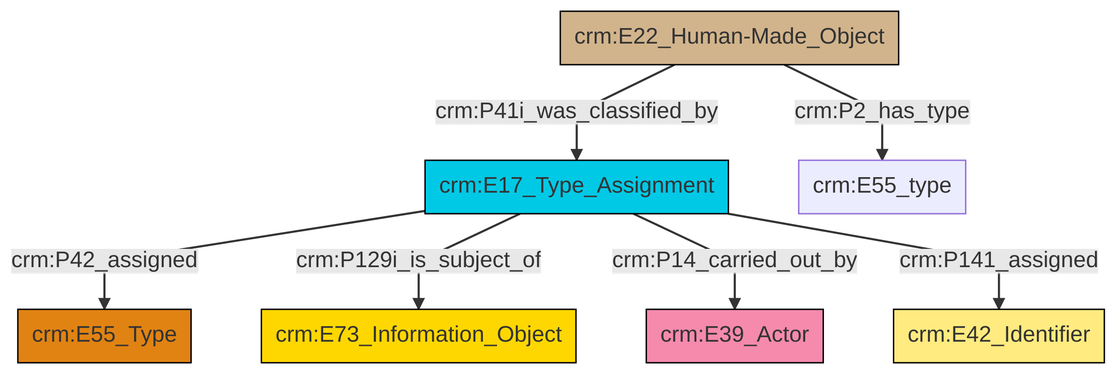
Above: et/builtWorkCSV/ttl/mmd/png/Built_Work_designation_status.png in swiss-art-research-net/reference-data-models (Mermaid), before the change. Its source is kept beside it as et/builtWorkCSV/ttl/mmd/Built_Work_designation_status.ttl.mmd.
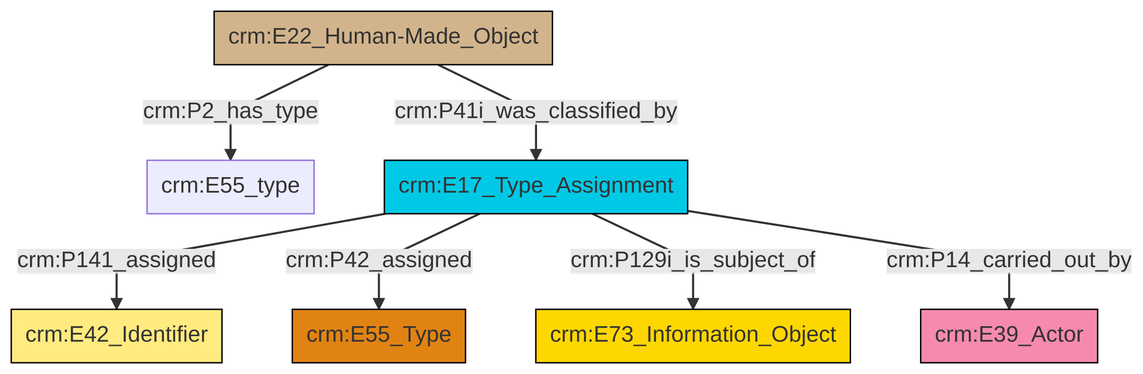
After the change.

Diff of the diagram source:
```diff
@@ -13,9 +13,9 @@
 classDef PC_Classes fill:#4ce600, stroke:#000000;
 classDef Multi fill:#cccccc,stroke:#000000;
 
-0["crm:E17_Type_Assignment"]:::Temporal_Entity -->|crm:P42_assigned| 4["crm:E55_Type"]:::Type
-0["crm:E17_Type_Assignment"]:::Temporal_Entity -->|crm:P129i_is_subject_of| 5["crm:E73_Information_Object"]:::Conceptual_Object
-0["crm:E17_Type_Assignment"]:::Temporal_Entity -->|crm:P14_carried_out_by| 2["crm:E39_Actor"]:::Actor
-7["crm:E22_Human-Made_Object"]:::Physical_Thing -->|crm:P41i_was_classified_by| 0["crm:E17_Type_Assignment"]:::Temporal_Entity
-0["crm:E17_Type_Assignment"]:::Temporal_Entity -->|crm:P141_assigned| 9["crm:E42_Identifier"]:::Appellation
-7["crm:E22_Human-Made_Object"]:::Physical_Thing -->|crm:P2_has_type| 12["crm:E55_type"]:::Default
+8["crm:E17_Type_Assignment"]:::Temporal_Entity -->|crm:P141_assigned| 4["crm:E42_Identifier"]:::Appellation
+8["crm:E17_Type_Assignment"]:::Temporal_Entity -->|crm:P42_assigned| 9["crm:E55_Type"]:::Type
+2["crm:E22_Human-Made_Object"]:::Physical_Thing -->|crm:P41i_was_classified_by| 8["crm:E17_Type_Assignment"]:::Temporal_Entity
+2["crm:E22_Human-Made_Object"]:::Physical_Thing -->|crm:P2_has_type| 0["crm:E55_type"]:::Default
+8["crm:E17_Type_Assignment"]:::Temporal_Entity -->|crm:P129i_is_subject_of| 13["crm:E73_Information_Object"]:::Conceptual_Object
+8["crm:E17_Type_Assignment"]:::Temporal_Entity -->|crm:P14_carried_out_by| 6["crm:E39_Actor"]:::Actor
```
